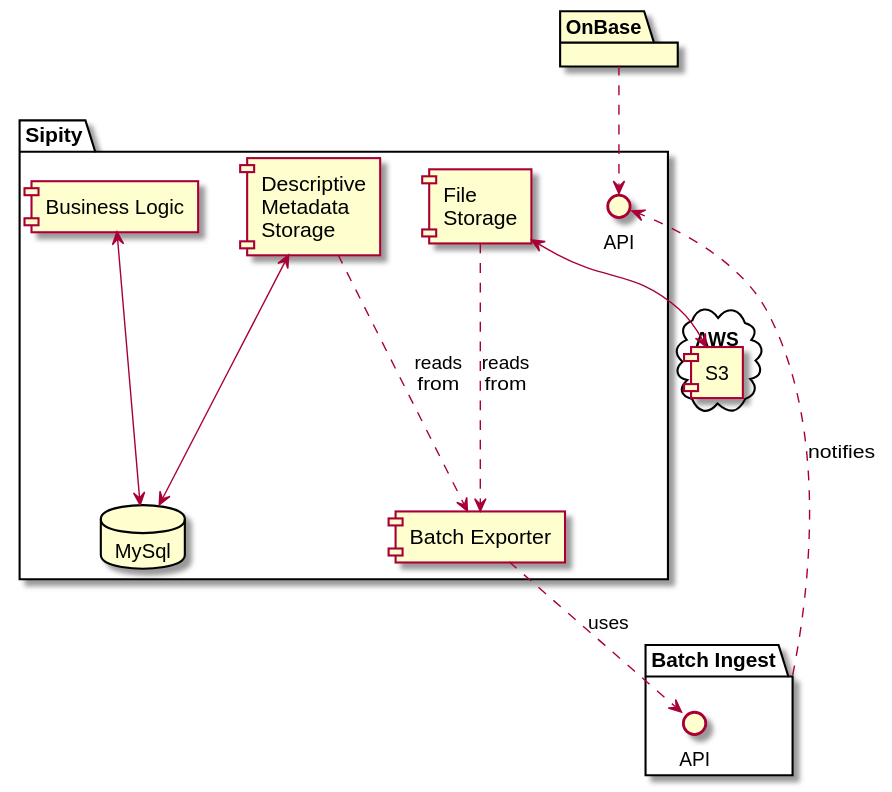
ndlib/dam-ecosystem-mapping keeps this PlantUML diagram as plantuml/sipity.svg. Above is the earlier version.
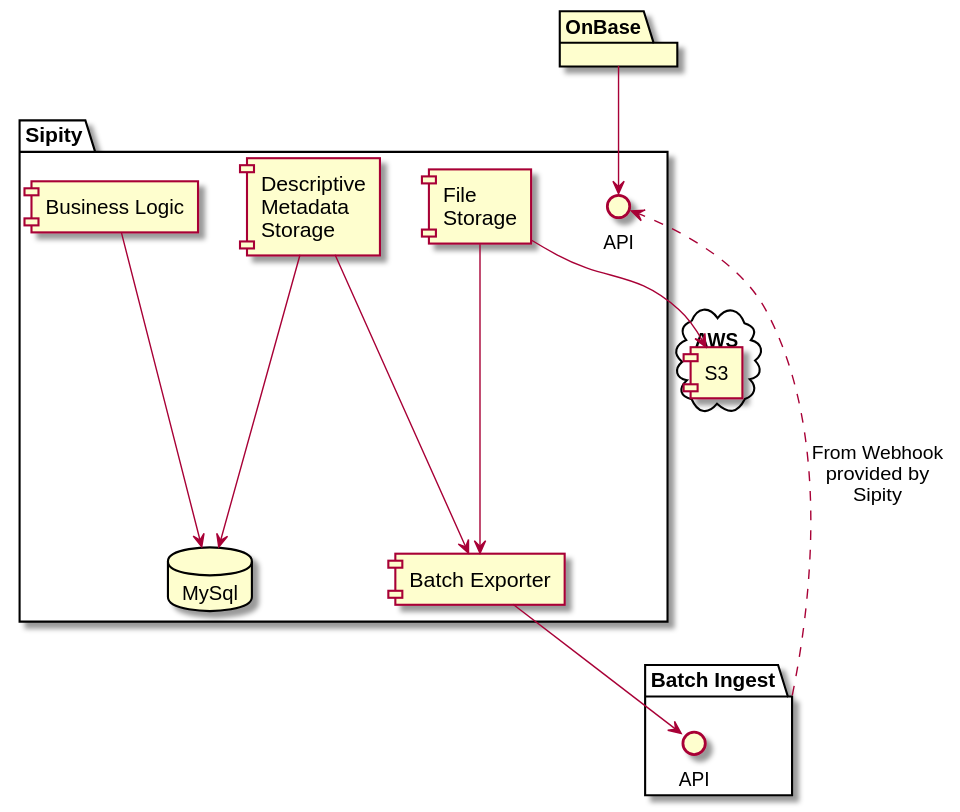
The same diagram one commit later.

What changed in the source:
```diff
@@ -20,13 +20,13 @@
   component S3
 }
 
-SipityFS <--> S3
-SipityDMS <--> MySql
-SipityBE ..> BatchAPI : uses
-SipityFS ..> SipityBE : reads\nfrom
-SipityDMS ..> SipityBE : reads\nfrom
-Batch ..> SipityAPI : notifies
-SipityBL <--> MySql
-OnBase ..> SipityAPI
+SipityFS --> S3
+SipityDMS --> MySql
+SipityBE --> BatchAPI
+SipityFS --> SipityBE
+SipityDMS --> SipityBE
+Batch ..> SipityAPI : "From Webhook\nprovided by\nSipity"
+SipityBL --> MySql
+OnBase --> SipityAPI
 
 @enduml
```
